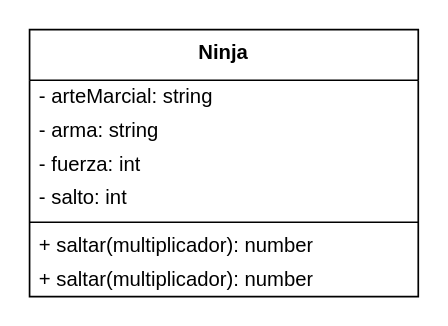
gastonjavierricchiardi/ejercicios-csharp-utn-2026 keeps this draw.io diagram as page "C#" (1 of 2) of src/Guia01/EJ07/01EJ07.dio. Above is the earlier version. Source tidied: cells renumbered, new cells numbered last; positions are measured from the earlier drawing's top-left corner, leaving out a move shared by most shapes. Both pictures are drawn from the tidied source at 169%, with x=0, y=0 at pixel (29, 29).
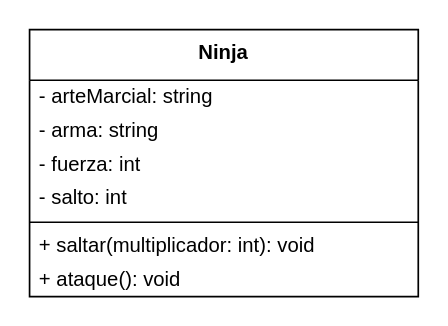
The same diagram, later.

Diff of the diagram source:
```diff
@@
 <mxGraphModel background="#FFFFFF">
   <root>
     <mxCell id="0" />
     <mxCell id="1" parent="0" />
     <mxCell id="2" value="&lt;b&gt;Ninja&lt;/b&gt;" style="swimlane;fontStyle=0;align=center;verticalAlign=top;horizontal=1;startSize=30;html=1;whiteSpace=wrap;" parent="1" vertex="1">
       <mxGeometry width="230" height="158" as="geometry" />
     </mxCell>
     <mxCell id="3" value="- arteMarcial: string" style="text;html=1;strokeColor=none;fillColor=none;align=left;verticalAlign=middle;spacingLeft=4;spacingRight=4;overflow=hidden;whiteSpace=wrap;" parent="2" vertex="1">
       <mxGeometry y="30" width="230" height="20" as="geometry" />
     </mxCell>
     <mxCell id="4" value="- arma: string" style="text;html=1;strokeColor=none;fillColor=none;align=left;verticalAlign=middle;spacingLeft=4;spacingRight=4;overflow=hidden;whiteSpace=wrap;" parent="2" vertex="1">
       <mxGeometry y="50" width="230" height="20" as="geometry" />
     </mxCell>
     <mxCell id="5" value="- fuerza: int" style="text;html=1;strokeColor=none;fillColor=none;align=left;verticalAlign=middle;spacingLeft=4;spacingRight=4;overflow=hidden;whiteSpace=wrap;" parent="2" vertex="1">
       <mxGeometry y="70" width="230" height="20" as="geometry" />
     </mxCell>
     <mxCell id="6" value="- salto: int" style="text;html=1;strokeColor=none;fillColor=none;align=left;verticalAlign=middle;spacingLeft=4;spacingRight=4;overflow=hidden;whiteSpace=wrap;" parent="2" vertex="1">
       <mxGeometry y="90" width="230" height="20" as="geometry" />
     </mxCell>
     <mxCell id="7" style="line;strokeWidth=1;fillColor=none;align=left;verticalAlign=middle;spacingTop=-1;spacingLeft=3;spacingRight=3;labelPosition=right;" parent="2" vertex="1">
       <mxGeometry y="110" width="230" height="8" as="geometry" />
     </mxCell>
-    <mxCell id="8" value="+ saltar(multiplicador): number" style="text;html=1;strokeColor=none;fillColor=none;align=left;verticalAlign=middle;spacingLeft=4;spacingRight=4;overflow=hidden;whiteSpace=wrap;" parent="2" vertex="1">
+    <mxCell id="8" value="+ saltar(multiplicador: int): void" style="text;html=1;strokeColor=none;fillColor=none;align=left;verticalAlign=middle;spacingLeft=4;spacingRight=4;overflow=hidden;whiteSpace=wrap;" parent="2" vertex="1">
       <mxGeometry y="118" width="230" height="20" as="geometry" />
     </mxCell>
-    <mxCell id="9" value="+ saltar(multiplicador): number" style="text;html=1;strokeColor=none;fillColor=none;align=left;verticalAlign=middle;spacingLeft=4;spacingRight=4;overflow=hidden;whiteSpace=wrap;" parent="2" vertex="1">
+    <mxCell id="9" value="+ ataque(): void" style="text;html=1;strokeColor=none;fillColor=none;align=left;verticalAlign=middle;spacingLeft=4;spacingRight=4;overflow=hidden;whiteSpace=wrap;" parent="2" vertex="1">
       <mxGeometry y="138" width="230" height="20" as="geometry" />
     </mxCell>
   </root>
 </mxGraphModel>
```
